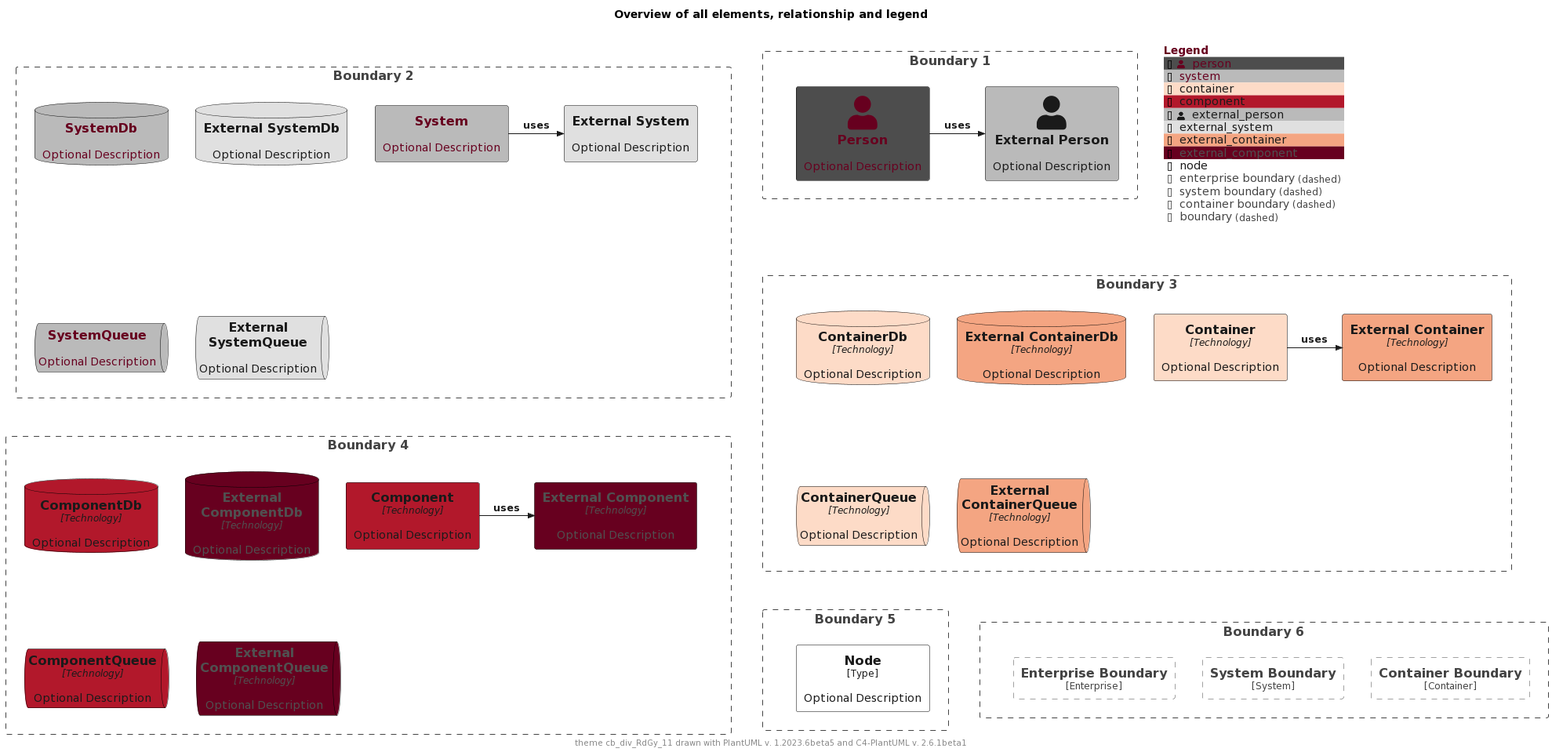
Earlier version of the PlantUML export palettes/puml-theme-cb_div_RdGy_11-example.png (mweagle/C4-PlantUML-Themes).
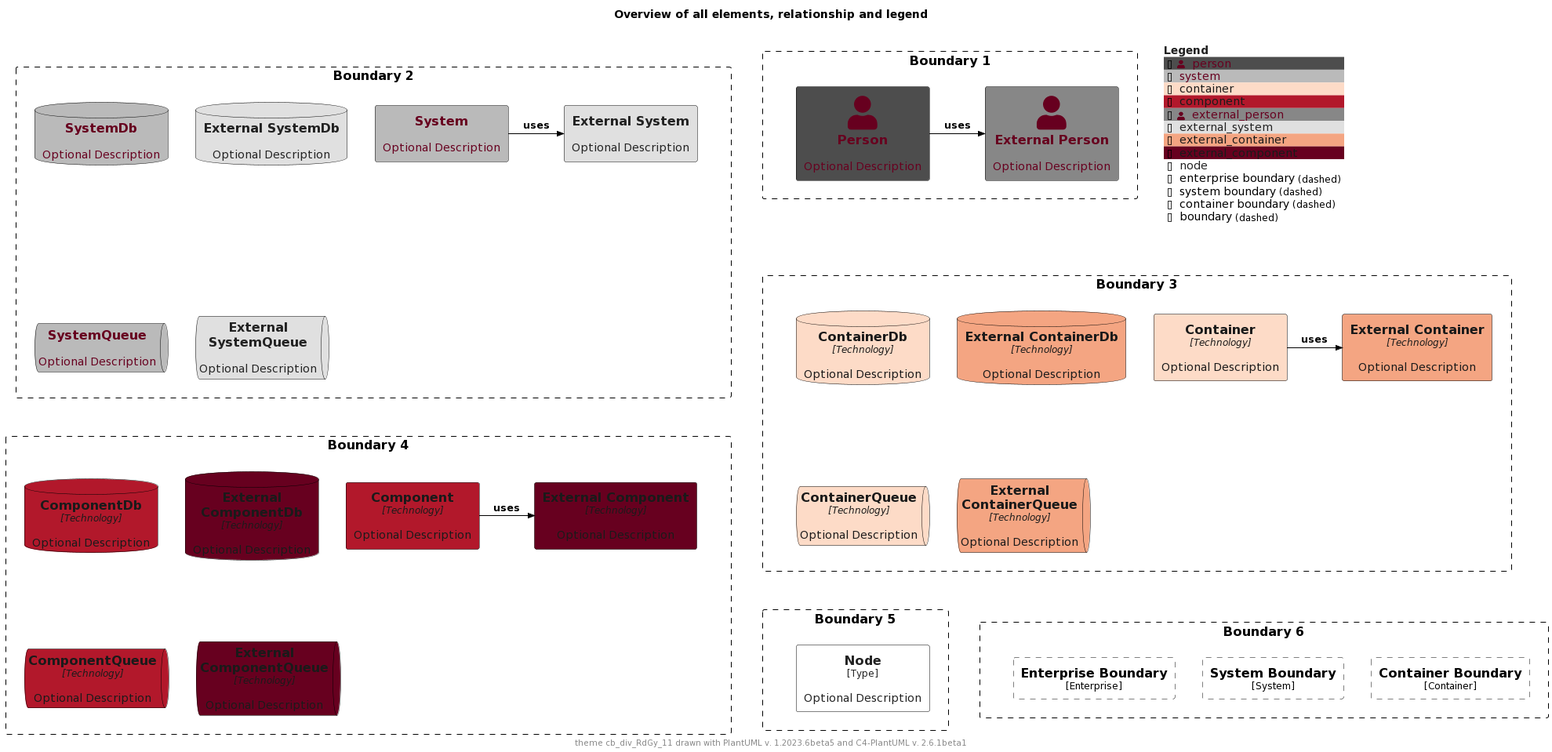
The same diagram one commit later.

Change to the diagram source:
```diff
@@ -2,16 +2,16 @@
 !$THEME = "cb_div_RdGy_11"
 
 !function $textcolor($bgColor)
-!if $bgcolor == $COLOR_INDEX_4 || $bgcolor == $COLOR_INDEX_5
+!if $bgColor == $COLOR_INDEX_0 || $bgColor == $COLOR_INDEX_1 || $bgColor == $COLOR_INDEX_2 || $bgColor == $COLOR_INDEX_3 || $bgColor == $COLOR_INDEX_4
+!return $COLOR_INDEX_10
+!elseif $bgColor == $COLOR_INDEX_7 || $bgColor == $COLOR_INDEX_8 || $bgColor == $COLOR_INDEX_9 || $bgColor == $COLOR_INDEX_10
+!return $COLOR_INDEX_0
+!elseif %is_light($bgColor)
+!return "#222222"
+!elseif %is_dark($bgColor)
+!return "#dddddd"
+!else
 !return $COLOR_TEXT_FALLBACK_COLOR
-!elseif $bgColor == $COLOR_INDEX_10
-!return $COLOR_TEXT_FALLBACK_COLOR
-!elseif $bgColor == $COLOR_INDEX_0
-!return $COLOR_TEXT_FALLBACK_COLOR
-!elseif %is_light($bgColor)
-!return $COLOR_TEXT_DARK
-!else
-!return $COLOR_TEXT_LIGHT
 !endif
 !endfunction
 
@@ -28,42 +28,40 @@
 !$COLOR_INDEX_10="#1A1A1A"
 !$COLOR_BORDER_COLOR="#000000"
 
-!$COLOR_REL_COLOR="#1A1A1A"
-
 !$COLOR_TEXT_LIGHT=$COLOR_INDEX_0
 !$COLOR_TEXT_DARK=$COLOR_INDEX_10
 !$COLOR_TEXT_NEUTRAL=$textcolor($COLOR_INDEX_5)
-!$COLOR_REL_COLOR=$textcolor($COLOR_INDEX_0)
+!$COLOR_REL_COLOR=$textcolor($COLOR_INDEX_10)
 
-!$COLOR_TEXT_FALLBACK_COLOR ?= "#505050"
+!$COLOR_TEXT_FALLBACK_COLOR ?= "#000000"
 
 !$STEREOTYPE_FONT_SIZE ?= 12
 !$TECHN_FONT_SIZE ?= 12
 
-!$ELEMENT_FONT_COLOR ?= $COLOR_TEXT_NEUTRAL
+!$ELEMENT_FONT_COLOR ?= $COLOR_TEXT_FALLBACK_COLOR
 
-!$ARROW_COLOR ?= $COLOR_TEXT_NEUTRAL
-!$ARROW_FONT_COLOR ?= $COLOR_TEXT_NEUTRAL
+!$ARROW_COLOR ?= $COLOR_TEXT_FALLBACK_COLOR
+!$ARROW_FONT_COLOR ?= $COLOR_TEXT_FALLBACK_COLOR
 !$ARROW_FONT_SIZE ?= 12
 
-!$BOUNDARY_COLOR ?= "#444444"
+!$BOUNDARY_COLOR ?= $COLOR_BORDER_COLOR
 !$BOUNDARY_BG_COLOR ?= "transparent"
 !$BOUNDARY_BORDER_STYLE ?= "dashed"
 
-!$PERSON_FONT_COLOR ?= $textcolor($COLOR_INDEX_9)
 !$PERSON_BG_COLOR ?= $COLOR_INDEX_9
+!$PERSON_FONT_COLOR ?= $textcolor($PERSON_BG_COLOR)
 !$PERSON_BORDER_COLOR ?= $COLOR_BORDER_COLOR
 
-!$EXTERNAL_PERSON_FONT_COLOR ?= $textcolor($COLOR_INDEX_7)
-!$EXTERNAL_PERSON_BG_COLOR ?= $COLOR_INDEX_7
+!$EXTERNAL_PERSON_BG_COLOR ?= $COLOR_INDEX_8
+!$EXTERNAL_PERSON_FONT_COLOR ?= $textcolor($EXTERNAL_PERSON_BG_COLOR)
 !$EXTERNAL_PERSON_BORDER_COLOR ?= $COLOR_BORDER_COLOR
 
-!$SYSTEM_FONT_COLOR ?= $COLOR_TEXT_LIGHT
 !$SYSTEM_BG_COLOR ?= $COLOR_INDEX_7
+!$SYSTEM_FONT_COLOR ?= $textcolor($SYSTEM_BG_COLOR)
 !$SYSTEM_BORDER_COLOR ?= $COLOR_BORDER_COLOR
 
-!$EXTERNAL_SYSTEM_FONT_COLOR ?= $textcolor($COLOR_INDEX_6)
 !$EXTERNAL_SYSTEM_BG_COLOR ?= $COLOR_INDEX_6
+!$EXTERNAL_SYSTEM_FONT_COLOR ?= $textcolor($EXTERNAL_SYSTEM_BG_COLOR)
 !$EXTERNAL_SYSTEM_BORDER_COLOR ?= $COLOR_BORDER_COLOR
 
 !$SYSTEM_BOUNDARY_COLOR ?= $BOUNDARY_COLOR
@@ -74,31 +72,31 @@
 !$ENTERPRISE_BOUNDARY_BG_COLOR ?= $BOUNDARY_BG_COLOR
 !$ENTERPRISE_BOUNDARY_BORDER_STYLE ?= $BOUNDARY_BORDER_STYLE
 
-!$CONTAINER_FONT_COLOR ?= $COLOR_TEXT_DARK
 !$CONTAINER_BG_COLOR ?= $COLOR_INDEX_4
+!$CONTAINER_FONT_COLOR ?= $textcolor($CONTAINER_BG_COLOR)
 !$CONTAINER_BORDER_COLOR ?= $COLOR_BORDER_COLOR
 
-!$EXTERNAL_CONTAINER_FONT_COLOR ?= $textcolor($COLOR_INDEX_3)
 !$EXTERNAL_CONTAINER_BG_COLOR ?= $COLOR_INDEX_3
+!$EXTERNAL_CONTAINER_FONT_COLOR ?= $textcolor($EXTERNAL_CONTAINER_BG_COLOR)
 !$EXTERNAL_CONTAINER_BORDER_COLOR ?= $COLOR_BORDER_COLOR
 
 !$CONTAINER_BOUNDARY_COLOR ?= $BOUNDARY_COLOR
 !$CONTAINER_BOUNDARY_BG_COLOR ?= $BOUNDARY_BG_COLOR
 !$CONTAINER_BOUNDARY_BORDER_STYLE ?= $BOUNDARY_BORDER_STYLE
 
-!$COMPONENT_FONT_COLOR ?= $COLOR_TEXT_DARK
 !$COMPONENT_BG_COLOR ?= $COLOR_INDEX_1
+!$COMPONENT_FONT_COLOR ?= $textcolor($COMPONENT_BG_COLOR)
 !$COMPONENT_BORDER_COLOR ?= $COLOR_BORDER_COLOR
 
-!$EXTERNAL_COMPONENT_FONT_COLOR ?= $textcolor($COLOR_INDEX_0)
 !$EXTERNAL_COMPONENT_BG_COLOR ?= $COLOR_INDEX_0
+!$EXTERNAL_COMPONENT_FONT_COLOR ?= $textcolor($EXTERNAL_COMPONENT_BG_COLOR)
 !$EXTERNAL_COMPONENT_BORDER_COLOR ?= $COLOR_BORDER_COLOR
 
-!$NODE_FONT_COLOR ?= $textcolor($COLOR_INDEX_5)
 !$NODE_BG_COLOR ?= $COLOR_INDEX_5
+!$NODE_FONT_COLOR ?= $textcolor($NODE_BG_COLOR)
 !$NODE_BORDER_COLOR ?= $COLOR_BORDER_COLOR
 
-!$LEGEND_TITLE_COLOR ?= $COLOR_INDEX_0
+!$LEGEND_TITLE_COLOR ?= $textcolor($COLOR_INDEX_5)
 !$LEGEND_FONT_COLOR ?= $textcolor($COLOR_INDEX_5)
 !$LEGEND_BG_COLOR ?= $COLOR_INDEX_5
 !$LEGEND_BORDER_COLOR ?= $COLOR_INDEX_5
@@ -125,8 +123,8 @@
 !$LEGEND_DASHED_TRANSPARENT_BOUNDARY ?= "dashed"
 
 !$SKETCH_BG_COLOR ?= "transparent"
-!$SKETCH_FONT_COLOR ?= $COLOR_INDEX_NEUTRAL
-!$SKETCH_WARNING_COLOR ?= $COLOR_INDEX_10
+!$SKETCH_FONT_COLOR ?= $COLOR_INDEX_10
+!$SKETCH_WARNING_COLOR ?= $COLOR_INDEX_0
 
 !$SKETCH_FONT_NAME ?= "Gochi Hand"
 
@@ -135,5 +133,84 @@
 
 !$ROUNDED_BOX_SIZE ?= 25
 !$EIGHT_SIDED_SIZE ?= 18
-!include https://raw.githubusercontent.com/plantuml-stdlib/C4-PlantUML/master/percy/TestAllElementsWithLegend.puml
+
+
+!if %variable_exists("RELATIVE_INCLUDE")
+  !include %get_variable_value("RELATIVE_INCLUDE")/C4_Component.puml
+  !include %get_variable_value("RELATIVE_INCLUDE")/C4_Deployment.puml
+!else
+  !include https://raw.githubusercontent.com/plantuml-stdlib/C4-PlantUML/master/C4_Component.puml
+  !include https://raw.githubusercontent.com/plantuml-stdlib/C4-PlantUML/master/C4_Deployment.puml
+!endif
+
+SetDefaultLegendEntries("person\nsystem\ncontainer\ncomponent\nexternal_person\nexternal_system\nexternal_container\nexternal_component\nnode\nenterprise_boundary\nsystem_boundary\ncontainer_boundary\nboundary")
+
+title Overview of all elements, relationship and legend
+
+footer theme $THEME drawn with PlantUML v. %version() and C4-PlantUML v. C4Version()
+
+Boundary(b2, "Boundary 2") {
+  System(system, "System", "Optional Description")
+  System_Ext(externalSystem, "External System", "Optional Description")
+  Rel_R(system, externalSystem, "uses")
+
+  SystemDb(systemDb, "SystemDb", "Optional Description")
+  SystemDb_Ext(externalSystemDb, "External SystemDb", "Optional Description")
+  SystemQueue(systemQueue, "SystemQueue", "Optional Description")
+  SystemQueue_Ext(externalSystemQueue, "External SystemQueue", "Optional Description")
+}
+
+Boundary(b1, "Boundary 1") {
+  Person(person, "Person", "Optional Description")
+  Person_Ext(externalPerson, "External Person", "Optional Description")
+  Rel_R(person, externalPerson, "uses")
+}
+
+Boundary(b3, "Boundary 3") {
+  Container(container, "Container", "Technology", "Optional Description")
+  Container_Ext(externalContainer, "External Container", "Technology", "Optional Description")
+  Rel_R(container, externalContainer, "uses")
+
+  ContainerDb(containerDb, "ContainerDb", "Technology", "Optional Description")
+  ContainerDb_Ext(externalContainerDb, "External ContainerDb", "Technology", "Optional Description")
+  ContainerQueue(containerQueue, "ContainerQueue", "Technology", "Optional Description")
+  ContainerQueue_Ext(externalContainerQueue, "External ContainerQueue", "Technology", "Optional Description")
+}
+
+Boundary(b4, "Boundary 4") {
+  Component(component, "Component", "Technology", "Optional Description")
+  Component_Ext(externalComponent, "External Component", "Technology", "Optional Description")
+  Rel_R(component, externalComponent, "uses")
+
+  ComponentDb(componentDb, "ComponentDb", "Technology", "Optional Description")
+  ComponentDb_Ext(externalComponentDb, "External ComponentDb", "Technology", "Optional Description")
+  ComponentQueue(componentQueue, "ComponentQueue", "Technology", "Optional Description")
+  ComponentQueue_Ext(externalComponentQueue, "External ComponentQueue", "Technology", "Optional Description")
+}
+
+Boundary(b5, "Boundary 5") {
+  Node(node, "Node", "Type", "Optional Description")
+}
+
+Boundary(b6, "Boundary 6") {
+  Enterprise_Boundary(eb, "Enterprise Boundary") {
+  }
+
+  System_Boundary(sb, "System Boundary") {
+  }
+
+  Container_Boundary(cb, "Container Boundary") {
+  }
+
+  Lay_R(eb,sb)
+  Lay_R(sb,cb)
+}
+
+Lay_D(b2,b3)
+Lay_R(b2,b1)
+Lay_D(b3,b4)
+Lay_D(b4,b5)
+Lay_R(b5,b6)
+
+SHOW_FLOATING_LEGEND()
 @enduml
```
